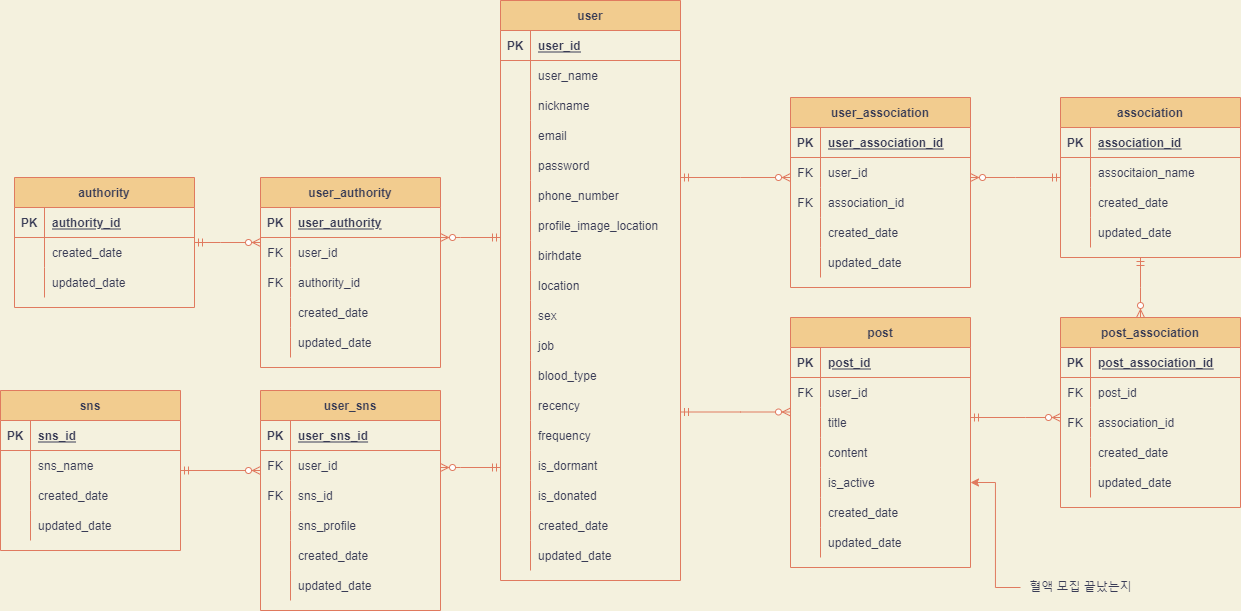
Earlier version of the draw.io export Untitled Diagram.drawio.png (CYC0227/lab). Source tidied: cells renumbered, new cells last; positions are measured from the earlier drawing's top-left corner, leaving out a move shared by most shapes.
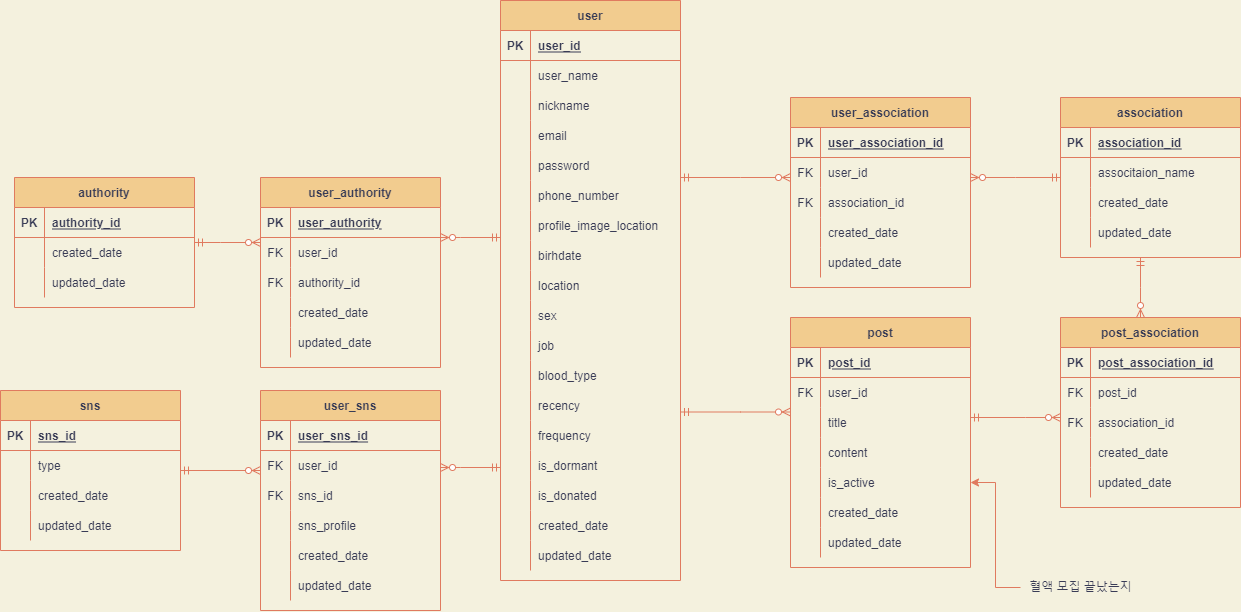
The same diagram one commit later.

The edit, as a diff of the source:
```diff
@@ -533,7 +533,7 @@
     <mxCell id="164" style="shape=partialRectangle;fillColor=none;top=0;left=0;bottom=0;right=0;overflow=hidden;strokeColor=#E07A5F;fontColor=#393C56;" parent="163" vertex="1">
       <mxGeometry width="30" height="30" as="geometry" />
     </mxCell>
-    <mxCell id="165" value="sns_name" style="shape=partialRectangle;fillColor=none;top=0;left=0;bottom=0;right=0;align=left;spacingLeft=6;overflow=hidden;strokeColor=#E07A5F;fontColor=#393C56;" parent="163" vertex="1">
+    <mxCell id="165" value="type" style="shape=partialRectangle;fillColor=none;top=0;left=0;bottom=0;right=0;align=left;spacingLeft=6;overflow=hidden;strokeColor=#E07A5F;fontColor=#393C56;" parent="163" vertex="1">
       <mxGeometry x="30" width="150" height="30" as="geometry" />
     </mxCell>
     <mxCell id="166" style="shape=partialRectangle;fillColor=none;top=0;left=0;bottom=0;right=0;strokeColor=#E07A5F;fontColor=#393C56;" parent="159" vertex="1">
```
